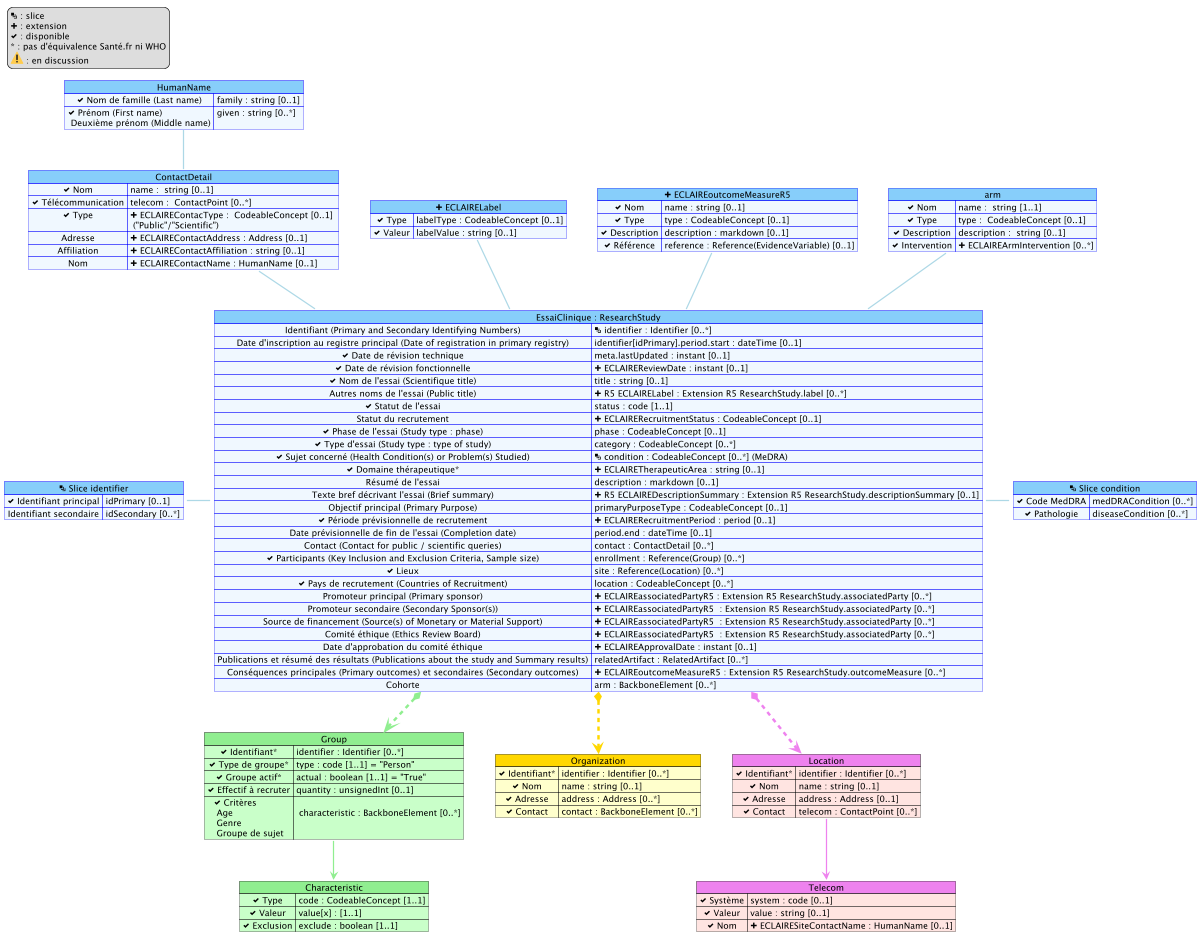
DNUM-SocialGouv/eclaire keeps this PlantUML diagram as documentation/images/mapping.png. Above is the earlier version. Its source is kept beside it as mapping.plantuml.
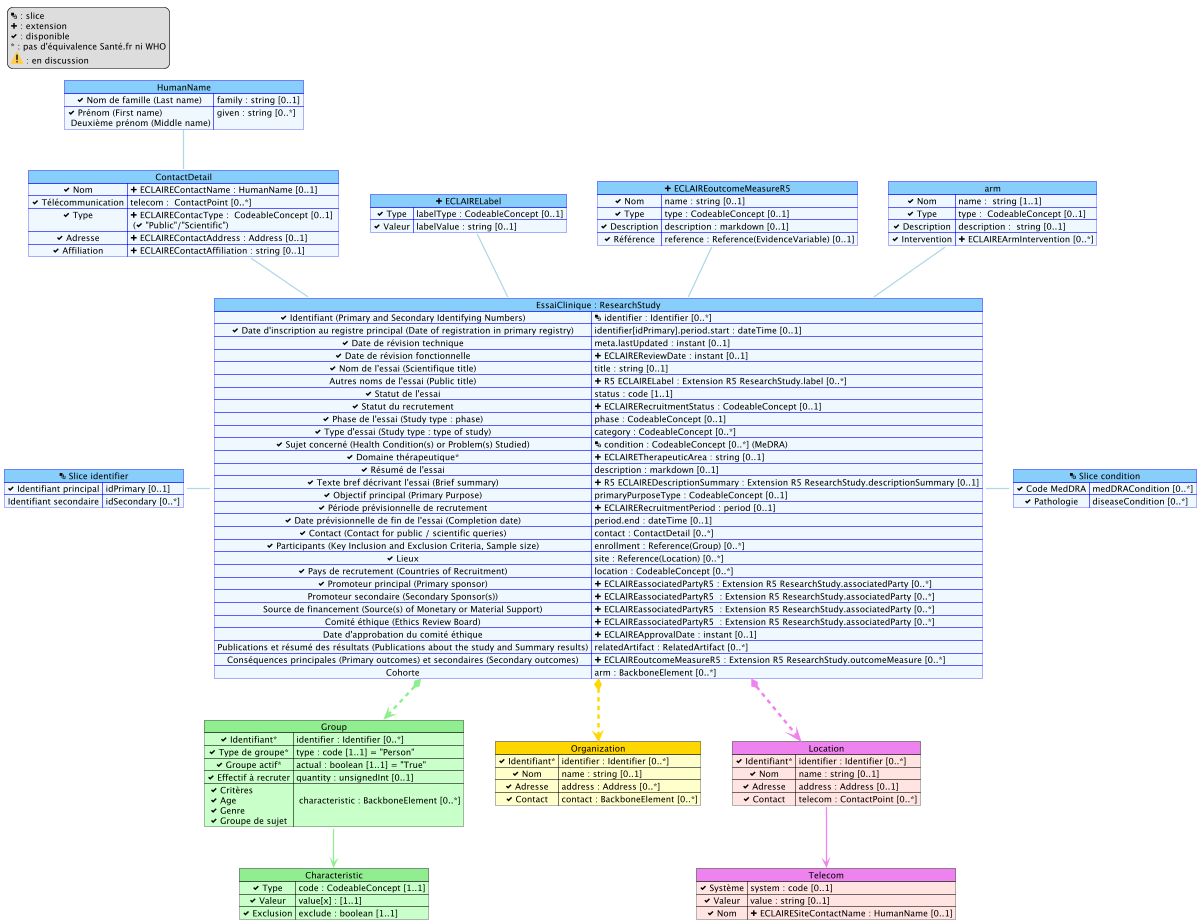
After the commit.

Commit message:
doc: mise à jour des champs disponibles

The edit, as a diff of the source:
```diff
@@ -5,10 +5,10 @@
 map "ContactDetail" as Contact #back:AliceBlue;header:LightSkyBlue;line:blue {
     <&check> Nom => name :  string [0..1]
     <&check> Télécommunication => telecom :  ContactPoint [0..*]
-    <&check> Type => <&plus> ECLAIREContacType :  CodeableConcept [0..1] \n ("Public"/"Scientific")
-    Adresse => <&plus> ECLAIREContactAddress : Address [0..1]
-    Affiliation => <&plus> ECLAIREContactAffiliation : string [0..1]
-    Nom => <&plus> ECLAIREContactName : HumanName [0..1]
+    <&check> Type => <&plus> ECLAIREContacType :  CodeableConcept [0..1] \n (<&check> "Public"/"Scientific")
+    <&check> Adresse => <&plus> ECLAIREContactAddress : Address [0..1]
+    <&check> Affiliation => <&plus> ECLAIREContactAffiliation : string [0..1]
+    <&check> Nom => <&plus> ECLAIREContactName : HumanName [0..1]
 }
 
 map "HumanName" as slice_name #back:AliceBlue;header:LightSkyBlue;line:blue {
@@ -36,7 +36,7 @@
     <&check> Type de groupe* => type : code [1..1] = "Person"
     <&check> Groupe actif* => actual : boolean [1..1] = "True"
     <&check> Effectif à recruter => quantity : unsignedInt [0..1]
-    <&check> Critères \n Age \n Genre \n Groupe de sujet => \n characteristic : BackboneElement [0..*]
+    <&check> Critères \n<&check> Age \n<&check> Genre \n<&check> Groupe de sujet => \n characteristic : BackboneElement [0..*]
 }
 
 map "Characteristic" as Characteristic #back:TECHNOLOGY;header:LightGreen {
@@ -80,28 +80,28 @@
 }
 
 map "EssaiClinique : ResearchStudy" as RS #back:AliceBlue;header:LightSkyBlue;line:blue {
-    Identifiant (Primary and Secondary Identifying Numbers) => <&layers> identifier : Identifier [0..*]
-    Date d'inscription au registre principal (Date of registration in primary registry) => identifier[idPrimary].period.start : dateTime [0..1]
+    <&check> Identifiant (Primary and Secondary Identifying Numbers) => <&layers> identifier : Identifier [0..*]
+    <&check> Date d'inscription au registre principal (Date of registration in primary registry) => identifier[idPrimary].period.start : dateTime [0..1]
     <&check> Date de révision technique => meta.lastUpdated : instant [0..1]
     <&check> Date de révision fonctionnelle => <&plus> ECLAIREReviewDate : instant [0..1]
     <&check> Nom de l'essai (Scientifique title) => title : string [0..1]
     Autres noms de l'essai (Public title) => <&plus> R5 ECLAIRELabel : Extension R5 ResearchStudy.label [0..*]
     <&check> Statut de l'essai => status : code [1..1]
-    Statut du recrutement => <&plus> ECLAIRERecruitmentStatus : CodeableConcept [0..1]
+    <&check> Statut du recrutement => <&plus> ECLAIRERecruitmentStatus : CodeableConcept [0..1]
     <&check> Phase de l'essai (Study type : phase) => phase : CodeableConcept [0..1]
     <&check> Type d'essai (Study type : type of study) => category : CodeableConcept [0..*]
     <&check> Sujet concerné (Health Condition(s) or Problem(s) Studied) => <&layers> condition : CodeableConcept [0..*] (MeDRA)
     <&check> Domaine thérapeutique* => <&plus> ECLAIRETherapeuticArea : string [0..1]
-    Résumé de l'essai => description : markdown [0..1]
-    Texte bref décrivant l'essai (Brief summary) => <&plus> R5 ECLAIREDescriptionSummary : Extension R5 ResearchStudy.descriptionSummary [0..1]
-    Objectif principal (Primary Purpose) => primaryPurposeType : CodeableConcept [0..1]
+    <&check> Résumé de l'essai => description : markdown [0..1]
+    <&check> Texte bref décrivant l'essai (Brief summary) => <&plus> R5 ECLAIREDescriptionSummary : Extension R5 ResearchStudy.descriptionSummary [0..1]
+    <&check> Objectif principal (Primary Purpose) => primaryPurposeType : CodeableConcept [0..1]
     <&check> Période prévisionnelle de recrutement => <&plus> ECLAIRERecruitmentPeriod : period [0..1]
-    Date prévisionnelle de fin de l'essai (Completion date) => period.end : dateTime [0..1]
-    Contact (Contact for public / scientific queries) => contact : ContactDetail [0..*]
+    <&check> Date prévisionnelle de fin de l'essai (Completion date) => period.end : dateTime [0..1]
+    <&check> Contact (Contact for public / scientific queries) => contact : ContactDetail [0..*]
     <&check> Participants (Key Inclusion and Exclusion Criteria, Sample size) => enrollment : Reference(Group) [0..*]
     <&check> Lieux => site : Reference(Location) [0..*]
     <&check> Pays de recrutement (Countries of Recruitment) => location : CodeableConcept [0..*]
-    Promoteur principal (Primary sponsor) => <&plus> ECLAIREassociatedPartyR5 : Extension R5 ResearchStudy.associatedParty [0..*]
+    <&check> Promoteur principal (Primary sponsor) => <&plus> ECLAIREassociatedPartyR5 : Extension R5 ResearchStudy.associatedParty [0..*]
     Promoteur secondaire (Secondary Sponsor(s)) => <&plus> ECLAIREassociatedPartyR5  : Extension R5 ResearchStudy.associatedParty [0..*]
     Source de financement (Source(s) of Monetary or Material Support) => <&plus> ECLAIREassociatedPartyR5  : Extension R5 ResearchStudy.associatedParty [0..*]
     Comité éthique (Ethics Review Board) => <&plus> ECLAIREassociatedPartyR5  : Extension R5 ResearchStudy.associatedParty [0..*]
```
